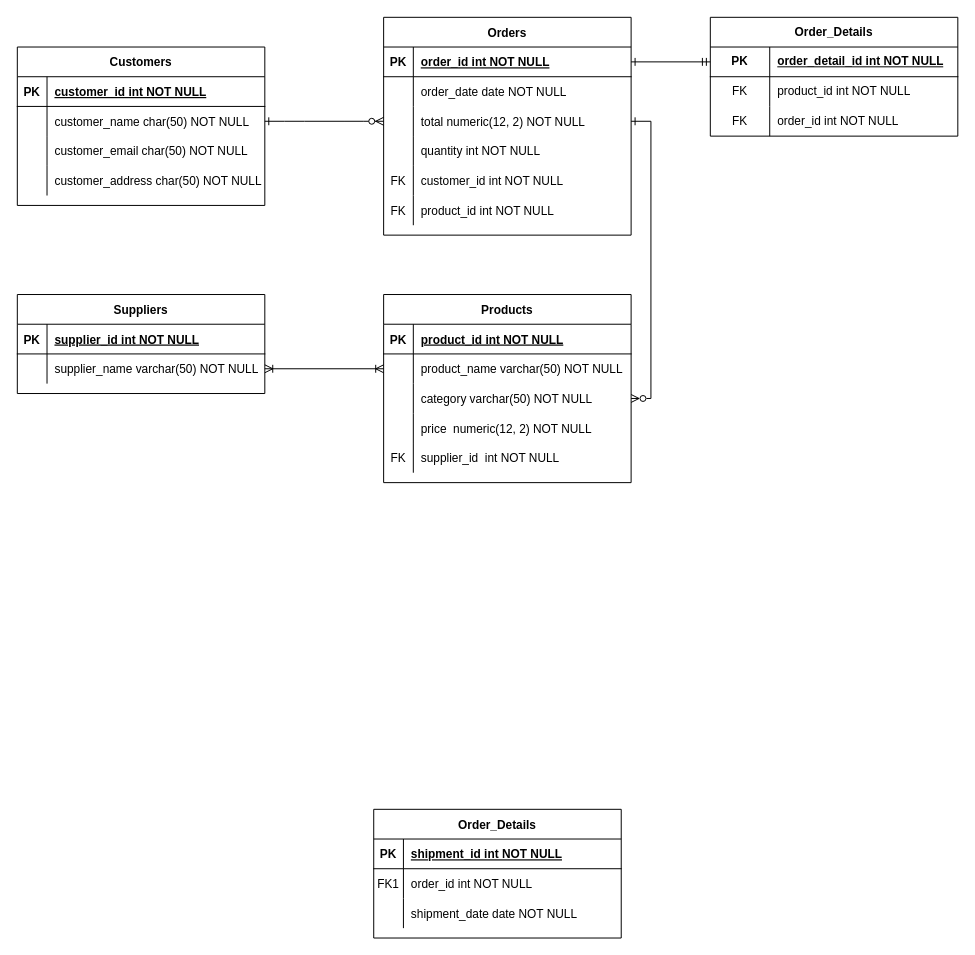
Ann-Vanessa2/techcorp keeps this draw.io diagram as Part_1.drawio. Above is the earlier version. Source tidied: cells renumbered, new cells numbered last; positions are measured from the earlier drawing's top-left corner, leaving out a move shared by most shapes. Both pictures are drawn from the tidied source at 99%, with x=0, y=0 at pixel (17, 17).
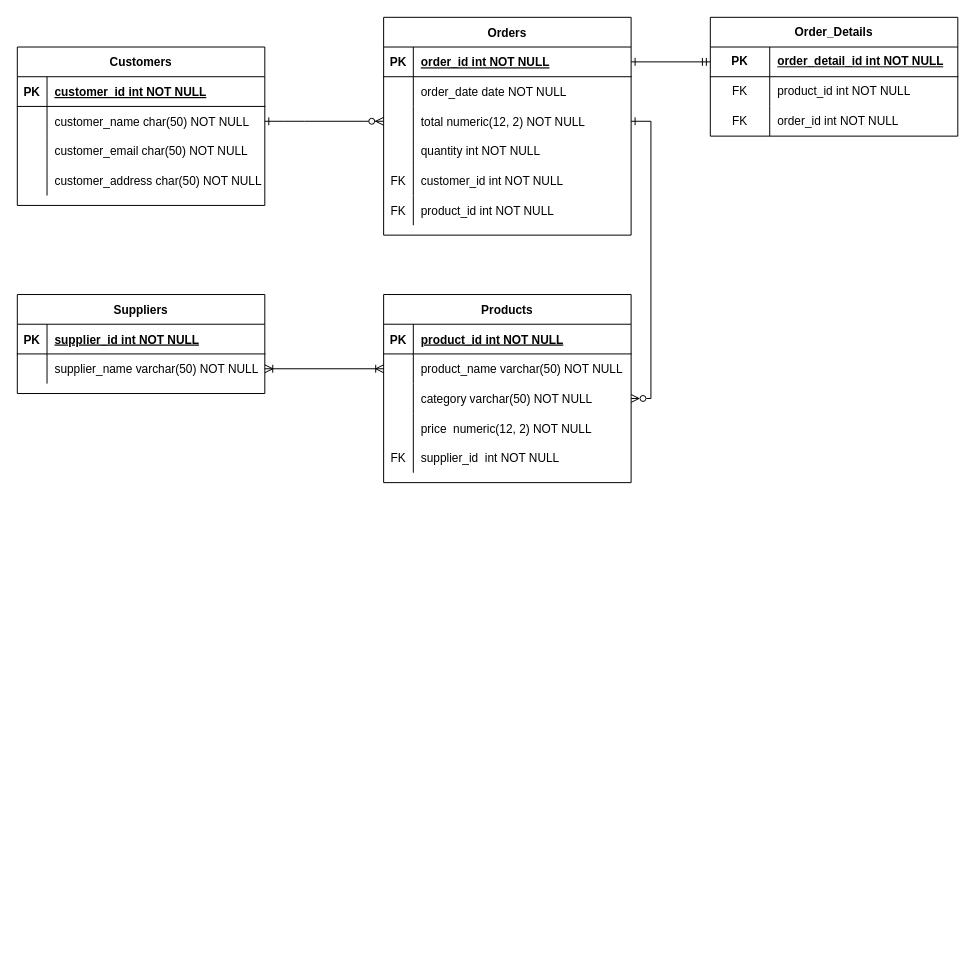
The same page after the edit.

What changed in the source:
```diff
@@
-    <mxCell id="59" value="Order_Details" style="shape=table;startSize=30;childLayout=tableLayout;rowLines=0;fontStyle=1;align=center;" parent="1" vertex="1">
-      <mxGeometry x="360" y="800" width="250" height="130" as="geometry" />
-    </mxCell>
-    <mxCell id="60" style="shape=partialRectangle;fillColor=none;top=0;left=0;right=0;bottom=1;" parent="59" vertex="1">
-      <mxGeometry y="30" width="250" height="30" as="geometry" />
-    </mxCell>
-    <mxCell id="61" value="PK" style="shape=partialRectangle;overflow=hidden;fillColor=none;top=0;left=0;bottom=0;right=0;fontStyle=1;" parent="60" vertex="1">
-      <mxGeometry width="30" height="30" as="geometry" />
-    </mxCell>
-    <mxCell id="62" value="shipment_id int NOT NULL " style="shape=partialRectangle;overflow=hidden;fillColor=none;top=0;left=0;bottom=0;right=0;align=left;spacingLeft=6;fontStyle=5;" parent="60" vertex="1">
-      <mxGeometry x="30" width="220" height="30" as="geometry" />
-    </mxCell>
-    <mxCell id="63" style="shape=partialRectangle;fillColor=none;top=0;left=0;right=0;bottom=0;" parent="59" vertex="1">
-      <mxGeometry y="60" width="250" height="30" as="geometry" />
-    </mxCell>
-    <mxCell id="64" value="FK1" style="shape=partialRectangle;overflow=hidden;fillColor=none;top=0;left=0;bottom=0;right=0;" parent="63" vertex="1">
-      <mxGeometry width="30" height="30" as="geometry" />
-    </mxCell>
-    <mxCell id="65" value="order_id int NOT NULL" style="shape=partialRectangle;overflow=hidden;fillColor=none;top=0;left=0;bottom=0;right=0;align=left;spacingLeft=6;" parent="63" vertex="1">
-      <mxGeometry x="30" width="220" height="30" as="geometry" />
-    </mxCell>
-    <mxCell id="66" style="shape=partialRectangle;fillColor=none;top=0;left=0;right=0;bottom=0;" parent="59" vertex="1">
-      <mxGeometry y="90" width="250" height="30" as="geometry" />
-    </mxCell>
-    <mxCell id="67" style="shape=partialRectangle;overflow=hidden;fillColor=none;top=0;left=0;bottom=0;right=0;" parent="66" vertex="1">
-      <mxGeometry width="30" height="30" as="geometry" />
-    </mxCell>
-    <mxCell id="68" value="shipment_date date NOT NULL" style="shape=partialRectangle;overflow=hidden;fillColor=none;top=0;left=0;bottom=0;right=0;align=left;spacingLeft=6;" parent="66" vertex="1">
-      <mxGeometry x="30" width="220" height="30" as="geometry" />
-    </mxCell>
```
